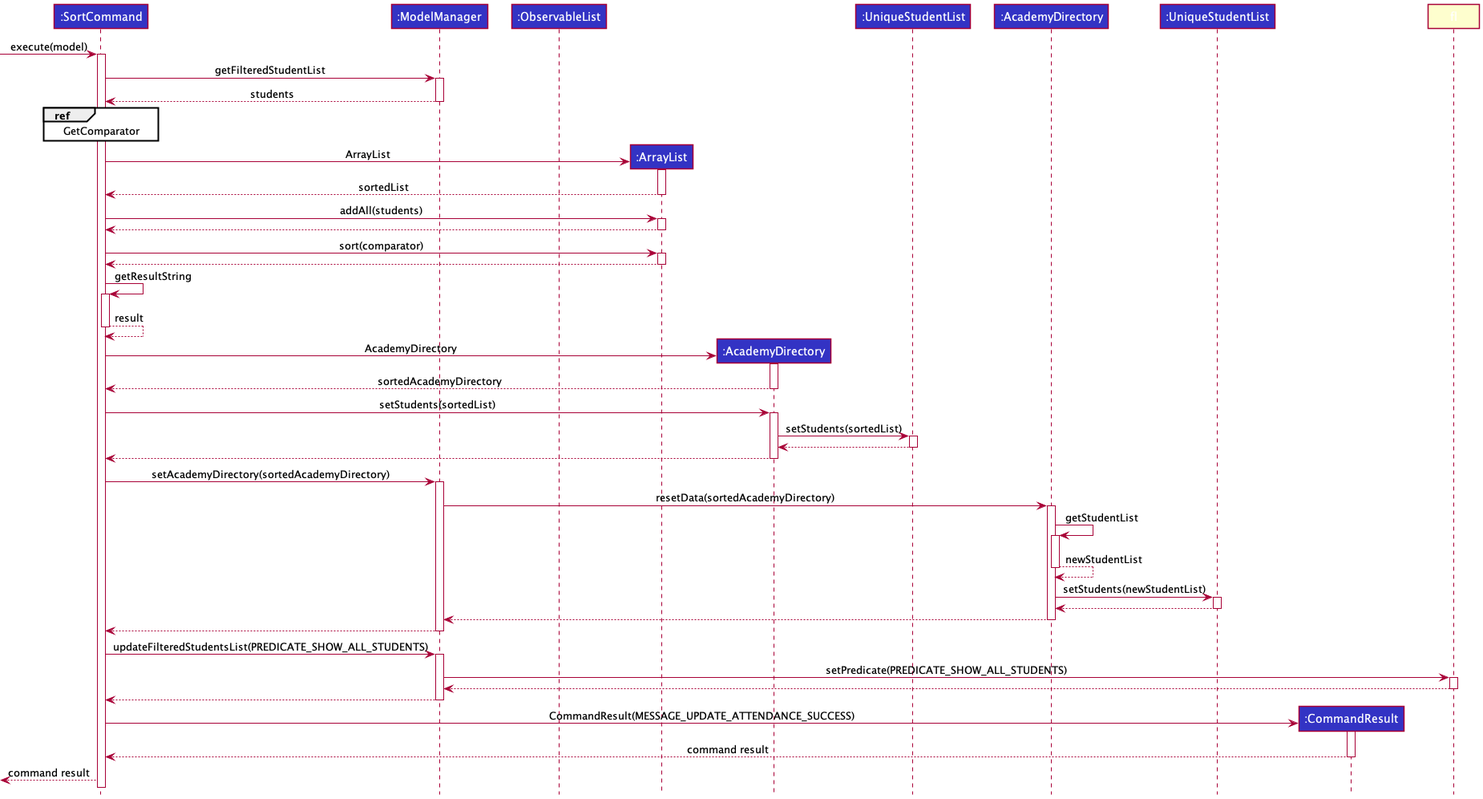
This is docs/images/logic/commands/sortcommand/SortCommandSequenceDiagram.png from nus-cs2103-AY2122S1/tp, a PlantUML export, as it was before one commit. Its diagram source:
```plantuml
@startuml
!include ../../../style.puml

Participant ":SortCommand" as sc LOGIC_COLOR
Participant ":ModelManager" as mm LOGIC_COLOR
Participant ":ObservableList" as ol LOGIC_COLOR
Participant ":ArrayList" as al LOGIC_COLOR
Participant ":AcademyDirectory" as ad LOGIC_COLOR
Participant ":UniqueStudentList" as usl LOGIC_COLOR
Participant ":AcademyDirectory" as mad LOGIC_COLOR
Participant ":UniqueStudentList" as musl LOGIC_COLOR
Participant ":CommandResult" as cr LOGIC_COLOR


[-> sc : execute(model)
activate sc
sc -> mm ++: getFilteredStudentList
mm --> sc --: students
ref over sc : GetComparator

create al
sc -> al ++ : ArrayList
al --> sc --: sortedList
sc -> al ++ : addAll(students)
al --> sc --
sc -> al ++ : sort(comparator)
al --> sc --
sc -> sc ++ : getResultString
sc --> sc -- : result

create ad
sc -> ad ++ : AcademyDirectory
ad --> sc -- : sortedAcademyDirectory

sc -> ad ++ : setStudents(sortedList)
ad -> usl ++ : setStudents(sortedList)
usl --> ad --
ad --> sc --

sc -> mm ++ : setAcademyDirectory(sortedAcademyDirectory)
mm -> mad ++ : resetData(sortedAcademyDirectory)
mad -> mad ++ : getStudentList
mad --> mad -- : newStudentList
mad -> musl ++ : setStudents(newStudentList)
musl --> mad --
mad --> mm --
mm --> sc --
sc -> mm ++ : updateFilteredStudentsList(PREDICATE_SHOW_ALL_STUDENTS)
mm -> fl ++ : setPredicate(PREDICATE_SHOW_ALL_STUDENTS)
fl --> mm --
mm --> sc --

create cr
sc -> cr ++ : CommandResult(MESSAGE_UPDATE_ATTENDANCE_SUCCESS)
cr --> sc -- : command result
<-- sc : command result

@enduml
```
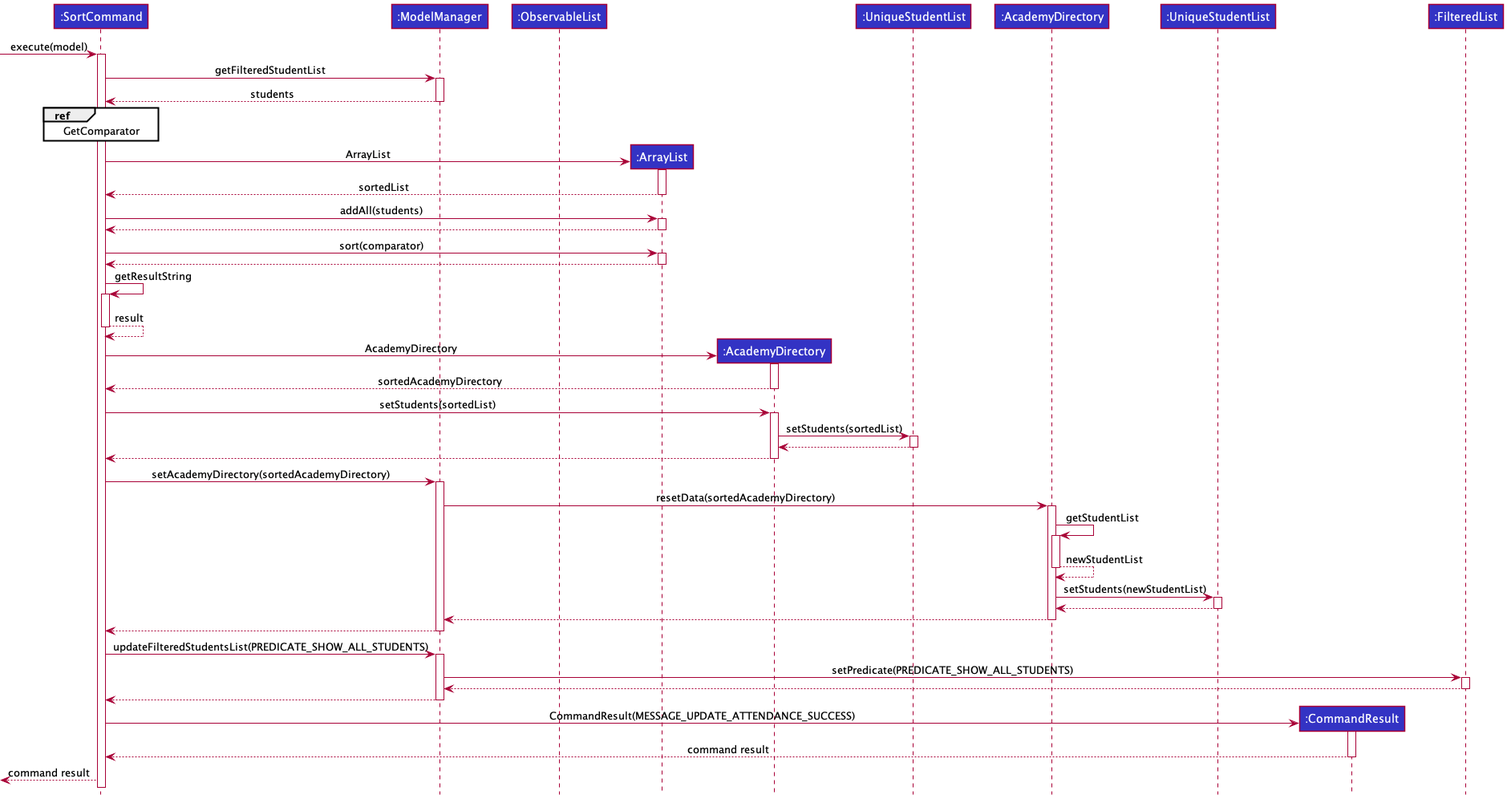
Later version of the same file.

The edit, as a diff of the source:
```diff
@@ -10,6 +10,7 @@
 Participant ":AcademyDirectory" as mad LOGIC_COLOR
 Participant ":UniqueStudentList" as musl LOGIC_COLOR
 Participant ":CommandResult" as cr LOGIC_COLOR
+Participant ":FilteredList" as fl LOGIC_COLOR
 
 
 [-> sc : execute(model)
```
